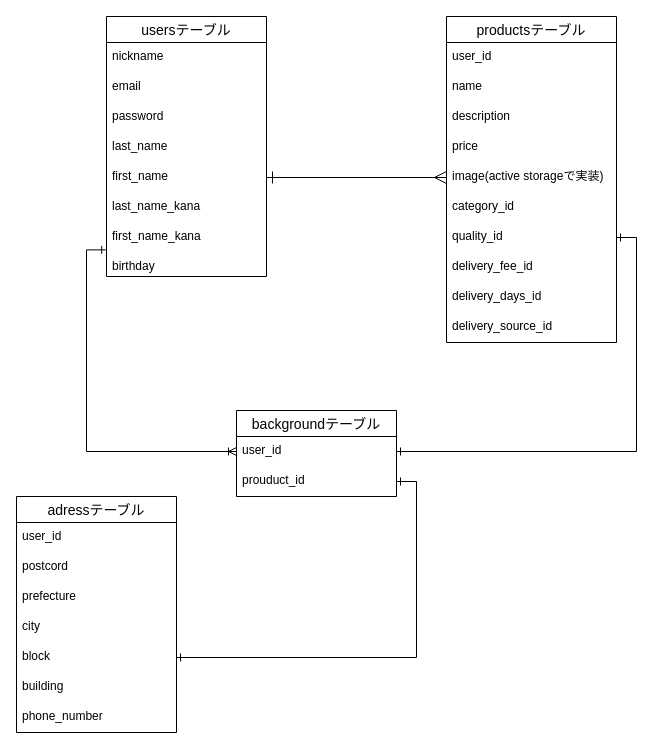
The draw.io diagram page "ページ1" (1 of 2) of furima.dio in SeyH0409/furima-32867, before the edit. Source tidied: cells renumbered, new cells numbered last; positions are measured from the earlier drawing's top-left corner, leaving out a move shared by most shapes. Both pictures are drawn from the tidied source at 100%, with x=0, y=0 at pixel (16, 16).
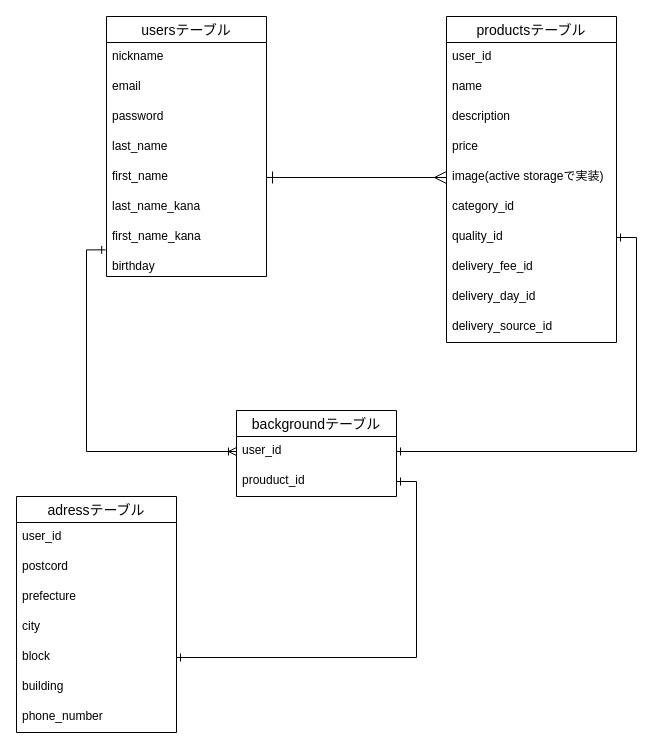
The same page after the edit.

Unchanged cells that the change refers to:
```xml
<mxCell id="11" value="productsテーブル" style="swimlane;fontStyle=0;horizontal=1;startSize=26;align=center;fontSize=14;" parent="1" vertex="1">
  <mxGeometry x="430" width="170" height="326" as="geometry" />
</mxCell>
```

Diff of the diagram source:
```diff
@@
-    <mxCell id="20" value="delivery_days_id" style="text;strokeColor=none;fillColor=none;spacingLeft=4;spacingRight=4;overflow=hidden;fontSize=12;" parent="11" vertex="1">
+    <mxCell id="20" value="delivery_day_id" style="text;strokeColor=none;fillColor=none;spacingLeft=4;spacingRight=4;overflow=hidden;fontSize=12;" parent="11" vertex="1">
       <mxGeometry y="266" width="170" height="30" as="geometry" />
     </mxCell>
```
